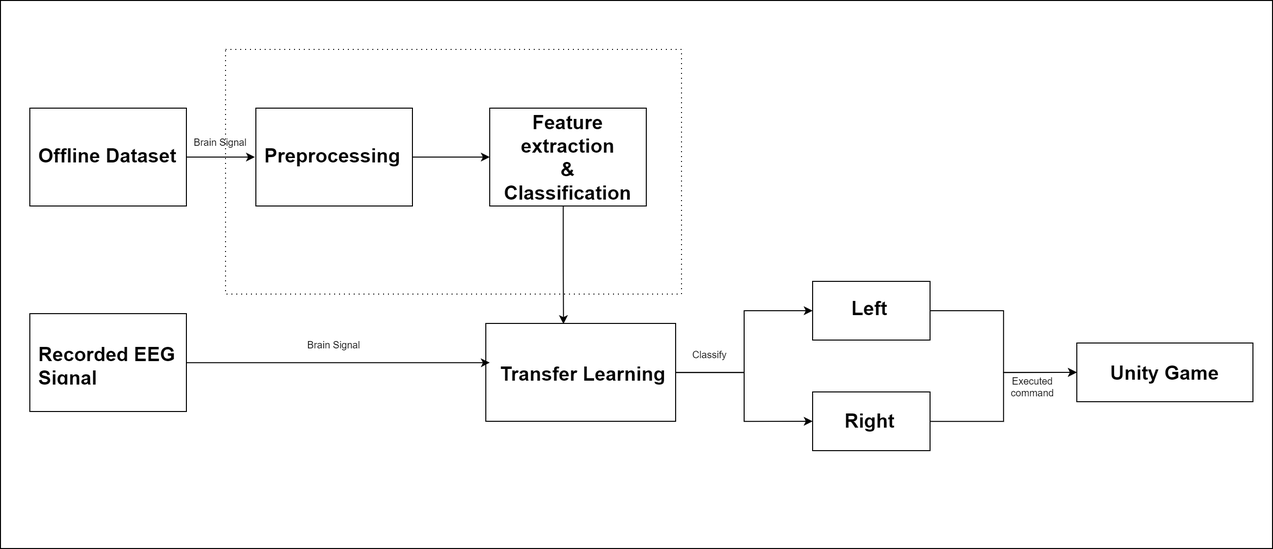
newzaungo3/Motorimagery_for_gamification keeps this draw.io diagram as Latex/system.drawio.png. Above is the earlier version. Source tidied: cells renumbered, new cells last; positions are measured from the earlier drawing's top-left corner, leaving out a move shared by most shapes.
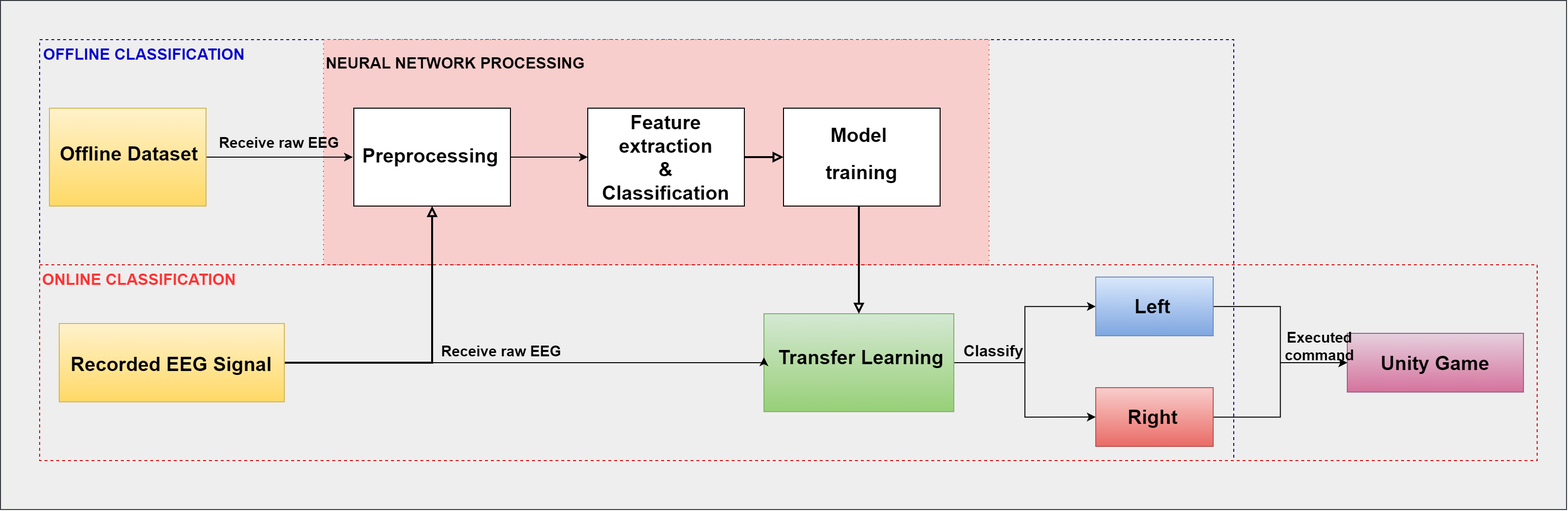
After the commit.

Diff of the diagram source:
```diff
@@ -2,108 +2,135 @@
   <root>
     <mxCell id="0" />
     <mxCell id="1" parent="0" />
-    <mxCell id="2" style="rounded=0;whiteSpace=wrap;html=1;fontSize=10;" parent="1" vertex="1">
-      <mxGeometry width="1300" height="560" as="geometry" />
-    </mxCell>
-    <mxCell id="3" style="rounded=0;whiteSpace=wrap;html=1;fontSize=20;dashed=1;dashPattern=1 4;" parent="1" vertex="1">
-      <mxGeometry x="230" y="50" width="466" height="250" as="geometry" />
-    </mxCell>
-    <mxCell id="4" style="edgeStyle=orthogonalEdgeStyle;rounded=0;jettySize=auto;html=1;fontSize=20;" parent="1" edge="1" source="5">
-      <mxGeometry relative="1" as="geometry">
-        <mxPoint x="260" y="160" as="targetPoint" />
-        <Array as="points">
-          <mxPoint x="190" y="160" />
-          <mxPoint x="190" y="160" />
-        </Array>
-      </mxGeometry>
-    </mxCell>
-    <mxCell id="5" style="rounded=0;whiteSpace=wrap;html=1;" parent="1" vertex="1">
-      <mxGeometry x="30" y="110" width="160" height="100" as="geometry" />
-    </mxCell>
+    <mxCell id="31" style="rounded=0;whiteSpace=wrap;html=1;fontSize=10;fillColor=#eeeeee;strokeColor=#36393d;" parent="1" vertex="1">
+      <mxGeometry x="-400" y="40" width="1600" height="520" as="geometry" />
+    </mxCell>
+    <mxCell id="32" style="rounded=0;whiteSpace=wrap;html=1;fontSize=16;dashed=1;fillColor=none;strokeColor=#000099;" parent="1" vertex="1">
+      <mxGeometry x="-360" y="80" width="1220" height="430" as="geometry" />
+    </mxCell>
+    <mxCell id="33" style="rounded=0;whiteSpace=wrap;html=1;fontSize=20;dashed=1;dashPattern=1 4;fillColor=#f8cecc;strokeColor=#b85450;" parent="1" vertex="1">
+      <mxGeometry x="-70" y="80" width="680" height="230" as="geometry" />
+    </mxCell>
+    <mxCell id="34" style="edgeStyle=orthogonalEdgeStyle;rounded=0;jettySize=auto;html=1;fontSize=20;" parent="1" edge="1" source="35">
+      <mxGeometry relative="1" as="geometry">
+        <mxPoint x="-40" y="200" as="targetPoint" />
+        <Array as="points">
+          <mxPoint x="-110" y="200" />
+          <mxPoint x="-110" y="200" />
+        </Array>
+      </mxGeometry>
+    </mxCell>
+    <mxCell id="35" style="rounded=0;whiteSpace=wrap;html=1;fillColor=#fff2cc;gradientColor=#ffd966;strokeColor=#d6b656;" parent="1" vertex="1">
+      <mxGeometry x="-350" y="150" width="160" height="100" as="geometry" />
+    </mxCell>
     <mxCell id="6" value="&lt;h1 style=&quot;font-size: 20px;&quot;&gt;Offline Dataset&lt;/h1&gt;" style="text;html=1;strokeColor=none;fillColor=none;spacing=5;spacingTop=-20;whiteSpace=wrap;overflow=hidden;rounded=0;fontSize=20;" parent="1" vertex="1">
-      <mxGeometry x="34" y="144" width="160" height="36" as="geometry" />
+      <mxGeometry x="-344" y="182" width="160" height="36" as="geometry" />
     </mxCell>
-    <mxCell id="7" style="edgeStyle=orthogonalEdgeStyle;rounded=0;jettySize=auto;html=1;entryX=0;entryY=0.5;entryDx=0;entryDy=0;fontSize=20;" parent="1" edge="1" source="8" target="12">
-      <mxGeometry relative="1" as="geometry" />
-    </mxCell>
-    <mxCell id="8" style="rounded=0;whiteSpace=wrap;html=1;" parent="1" vertex="1">
-      <mxGeometry x="261" y="110" width="160" height="100" as="geometry" />
-    </mxCell>
+    <mxCell id="36" style="edgeStyle=orthogonalEdgeStyle;rounded=0;jettySize=auto;html=1;entryX=0;entryY=0.5;entryDx=0;entryDy=0;fontSize=20;" parent="1" edge="1" source="37" target="12">
+      <mxGeometry relative="1" as="geometry" />
+    </mxCell>
+    <mxCell id="37" style="rounded=0;whiteSpace=wrap;html=1;" parent="1" vertex="1">
+      <mxGeometry x="-39" y="150" width="160" height="100" as="geometry" />
+    </mxCell>
+    <mxCell id="38" style="rounded=0;whiteSpace=wrap;html=1;fontSize=16;dashed=1;fillColor=none;strokeColor=#D70000;" parent="1" vertex="1">
+      <mxGeometry x="-360" y="310" width="1530" height="200" as="geometry" />
+    </mxCell>
     <mxCell id="9" value="&lt;h1 style=&quot;font-size: 20px&quot;&gt;Preprocessing&lt;/h1&gt;" style="text;html=1;strokeColor=none;fillColor=none;spacing=5;spacingTop=-20;whiteSpace=wrap;overflow=hidden;rounded=0;fontSize=20;" parent="1" vertex="1">
-      <mxGeometry x="265" y="144" width="160" height="36" as="geometry" />
+      <mxGeometry x="-35" y="184" width="160" height="36" as="geometry" />
     </mxCell>
-    <mxCell id="10" style="rounded=0;whiteSpace=wrap;html=1;" parent="1" vertex="1">
-      <mxGeometry x="500" y="110" width="160" height="100" as="geometry" />
-    </mxCell>
-    <mxCell id="11" style="edgeStyle=orthogonalEdgeStyle;rounded=0;jettySize=auto;html=1;entryX=0.409;entryY=0.006;entryDx=0;entryDy=0;fontSize=20;entryPerimeter=0;" parent="1" edge="1" source="12" target="15">
-      <mxGeometry relative="1" as="geometry">
-        <Array as="points">
-          <mxPoint x="575" y="270" />
-          <mxPoint x="575" y="270" />
-        </Array>
-      </mxGeometry>
-    </mxCell>
+    <mxCell id="39" style="rounded=0;whiteSpace=wrap;html=1;" parent="1" vertex="1">
+      <mxGeometry x="200" y="150" width="160" height="100" as="geometry" />
+    </mxCell>
+    <mxCell id="40" style="edgeStyle=orthogonalEdgeStyle;rounded=0;jettySize=auto;html=1;entryX=0;entryY=0.5;entryDx=0;entryDy=0;strokeWidth=2;fontSize=16;fontColor=#000000;endArrow=block;endFill=0;" parent="1" edge="1" source="12" target="55">
+      <mxGeometry relative="1" as="geometry" />
+    </mxCell>
     <mxCell id="12" value="&lt;h1 style=&quot;font-size: 20px&quot;&gt;Feature extraction&lt;br&gt;&amp;amp;&lt;br&gt;&lt;b&gt;Classification&lt;/b&gt;&lt;/h1&gt;" style="text;html=1;strokeColor=none;fillColor=none;spacing=5;spacingTop=-20;whiteSpace=wrap;overflow=hidden;rounded=0;fontSize=20;align=center;" parent="1" vertex="1">
-      <mxGeometry x="500" y="110" width="160" height="100" as="geometry" />
+      <mxGeometry x="200" y="150" width="160" height="100" as="geometry" />
     </mxCell>
-    <mxCell id="13" style="edgeStyle=orthogonalEdgeStyle;rounded=0;jettySize=auto;html=1;fontSize=20;" parent="1" edge="1" source="15" target="21">
-      <mxGeometry relative="1" as="geometry" />
-    </mxCell>
-    <mxCell id="14" style="edgeStyle=orthogonalEdgeStyle;rounded=0;jettySize=auto;html=1;entryX=0;entryY=0.5;entryDx=0;entryDy=0;fontSize=20;" parent="1" edge="1" source="15" target="23">
-      <mxGeometry relative="1" as="geometry" />
-    </mxCell>
-    <mxCell id="15" style="rounded=0;whiteSpace=wrap;html=1;" parent="1" vertex="1">
-      <mxGeometry x="496" y="330" width="194" height="100" as="geometry" />
-    </mxCell>
+    <mxCell id="41" style="edgeStyle=orthogonalEdgeStyle;rounded=0;jettySize=auto;html=1;fontSize=20;" parent="1" edge="1" source="43" target="48">
+      <mxGeometry relative="1" as="geometry" />
+    </mxCell>
+    <mxCell id="42" style="edgeStyle=orthogonalEdgeStyle;rounded=0;jettySize=auto;html=1;entryX=0;entryY=0.5;entryDx=0;entryDy=0;fontSize=20;" parent="1" edge="1" source="43" target="50">
+      <mxGeometry relative="1" as="geometry" />
+    </mxCell>
+    <mxCell id="43" style="rounded=0;whiteSpace=wrap;html=1;fillColor=#d5e8d4;strokeColor=#82b366;gradientColor=#97d077;" parent="1" vertex="1">
+      <mxGeometry x="380" y="360" width="194" height="100" as="geometry" />
+    </mxCell>
     <mxCell id="16" value="&lt;h1 style=&quot;font-size: 20px&quot;&gt;Transfer Learning&lt;/h1&gt;" style="text;html=1;strokeColor=none;fillColor=none;spacing=5;spacingTop=-20;whiteSpace=wrap;overflow=hidden;rounded=0;fontSize=20;" parent="1" vertex="1">
-      <mxGeometry x="506" y="367" width="190" height="53" as="geometry" />
+      <mxGeometry x="390" y="390" width="190" height="53" as="geometry" />
     </mxCell>
-    <mxCell id="17" style="edgeStyle=orthogonalEdgeStyle;rounded=0;jettySize=auto;html=1;fontSize=20;" parent="1" edge="1" source="18">
-      <mxGeometry relative="1" as="geometry">
-        <mxPoint x="500" y="370" as="targetPoint" />
-        <Array as="points">
-          <mxPoint x="497" y="370" />
-        </Array>
-      </mxGeometry>
-    </mxCell>
-    <mxCell id="18" style="rounded=0;whiteSpace=wrap;html=1;" parent="1" vertex="1">
-      <mxGeometry x="30" y="320" width="160" height="100" as="geometry" />
-    </mxCell>
+    <mxCell id="44" style="edgeStyle=orthogonalEdgeStyle;rounded=0;jettySize=auto;html=1;fontSize=20;entryX=0;entryY=0.445;entryDx=0;entryDy=0;entryPerimeter=0;" parent="1" edge="1" source="46" target="43">
+      <mxGeometry relative="1" as="geometry">
+        <Array as="points">
+          <mxPoint x="360" y="410" />
+          <mxPoint x="360" y="410" />
+        </Array>
+      </mxGeometry>
+    </mxCell>
+    <mxCell id="45" style="edgeStyle=orthogonalEdgeStyle;rounded=0;jettySize=auto;html=1;entryX=0.5;entryY=1;entryDx=0;entryDy=0;strokeWidth=2;fontSize=16;fontColor=#000000;endArrow=block;endFill=0;" parent="1" edge="1" source="46" target="37">
+      <mxGeometry relative="1" as="geometry" />
+    </mxCell>
+    <mxCell id="46" style="rounded=0;whiteSpace=wrap;html=1;fillColor=#fff2cc;gradientColor=#ffd966;strokeColor=#d6b656;" parent="1" vertex="1">
+      <mxGeometry x="-340" y="370" width="230" height="80" as="geometry" />
+    </mxCell>
-    <mxCell id="19" value="&lt;h1 style=&quot;font-size: 20px&quot;&gt;Recorded EEG&lt;br&gt;Signal&lt;/h1&gt;" style="text;html=1;strokeColor=none;fillColor=none;spacing=5;spacingTop=-20;whiteSpace=wrap;overflow=hidden;rounded=0;fontSize=20;" parent="1" vertex="1">
-      <mxGeometry x="34" y="347" width="160" height="46" as="geometry" />
+    <mxCell id="19" value="&lt;h1 style=&quot;font-size: 20px&quot;&gt;Recorded EEG Signal&lt;/h1&gt;" style="text;html=1;strokeColor=none;fillColor=none;spacing=5;spacingTop=-20;whiteSpace=wrap;overflow=hidden;rounded=0;fontSize=20;" parent="1" vertex="1">
+      <mxGeometry x="-333" y="397" width="216" height="46" as="geometry" />
     </mxCell>
-    <mxCell id="20" style="edgeStyle=orthogonalEdgeStyle;rounded=0;jettySize=auto;html=1;entryX=0;entryY=0.5;entryDx=0;entryDy=0;fontSize=20;" parent="1" edge="1" source="21" target="26">
-      <mxGeometry relative="1" as="geometry" />
-    </mxCell>
-    <mxCell id="21" style="rounded=0;whiteSpace=wrap;html=1;fontSize=20;" parent="1" vertex="1">
-      <mxGeometry x="830" y="287" width="120" height="60" as="geometry" />
-    </mxCell>
-    <mxCell id="22" style="edgeStyle=orthogonalEdgeStyle;rounded=0;jettySize=auto;html=1;entryX=0;entryY=0.5;entryDx=0;entryDy=0;fontSize=20;" parent="1" edge="1" source="23" target="26">
-      <mxGeometry relative="1" as="geometry" />
-    </mxCell>
-    <mxCell id="23" style="rounded=0;whiteSpace=wrap;html=1;fontSize=20;" parent="1" vertex="1">
-      <mxGeometry x="830" y="400" width="120" height="60" as="geometry" />
-    </mxCell>
+    <mxCell id="47" style="edgeStyle=orthogonalEdgeStyle;rounded=0;jettySize=auto;html=1;entryX=0;entryY=0.5;entryDx=0;entryDy=0;fontSize=20;" parent="1" edge="1" source="48" target="26">
+      <mxGeometry relative="1" as="geometry" />
+    </mxCell>
+    <mxCell id="48" style="rounded=0;whiteSpace=wrap;html=1;fontSize=20;fillColor=#dae8fc;gradientColor=#7ea6e0;strokeColor=#6c8ebf;" parent="1" vertex="1">
+      <mxGeometry x="719" y="322.5" width="120" height="60" as="geometry" />
+    </mxCell>
+    <mxCell id="49" style="edgeStyle=orthogonalEdgeStyle;rounded=0;jettySize=auto;html=1;entryX=0;entryY=0.5;entryDx=0;entryDy=0;fontSize=20;" parent="1" edge="1" source="50" target="26">
+      <mxGeometry relative="1" as="geometry" />
+    </mxCell>
+    <mxCell id="50" style="rounded=0;whiteSpace=wrap;html=1;fontSize=20;fillColor=#f8cecc;gradientColor=#ea6b66;strokeColor=#b85450;" parent="1" vertex="1">
+      <mxGeometry x="719" y="435.5" width="120" height="60" as="geometry" />
+    </mxCell>
     <mxCell id="24" value="&lt;h1 style=&quot;font-size: 20px&quot;&gt;Left&lt;/h1&gt;" style="text;html=1;strokeColor=none;fillColor=none;spacing=5;spacingTop=-20;whiteSpace=wrap;overflow=hidden;rounded=0;fontSize=20;" parent="1" vertex="1">
-      <mxGeometry x="865" y="300" width="50" height="30" as="geometry" />
+      <mxGeometry x="754" y="337.5" width="50" height="30" as="geometry" />
     </mxCell>
     <mxCell id="25" value="&lt;h1 style=&quot;font-size: 20px&quot;&gt;Right&lt;/h1&gt;" style="text;html=1;strokeColor=none;fillColor=none;spacing=5;spacingTop=-20;whiteSpace=wrap;overflow=hidden;rounded=0;fontSize=20;" parent="1" vertex="1">
-      <mxGeometry x="857.5" y="415" width="65" height="30" as="geometry" />
+      <mxGeometry x="746.5" y="450.5" width="65" height="30" as="geometry" />
     </mxCell>
-    <mxCell id="26" value="&lt;b&gt;Unity Game&lt;/b&gt;" style="rounded=0;whiteSpace=wrap;html=1;fontSize=20;" parent="1" vertex="1">
-      <mxGeometry x="1100" y="350" width="180" height="60" as="geometry" />
+    <mxCell id="26" value="&lt;b&gt;Unity Game&lt;/b&gt;" style="rounded=0;whiteSpace=wrap;html=1;fontSize=20;fillColor=#e6d0de;gradientColor=#d5739d;strokeColor=#996185;" parent="1" vertex="1">
+      <mxGeometry x="976" y="380" width="180" height="60" as="geometry" />
     </mxCell>
-    <mxCell id="27" value="Executed command" style="text;html=1;strokeColor=none;fillColor=none;align=center;verticalAlign=middle;whiteSpace=wrap;rounded=0;fontSize=10;" parent="1" vertex="1">
-      <mxGeometry x="1020" y="380" width="70" height="30" as="geometry" />
+    <mxCell id="27" value="Executed command" style="text;html=1;strokeColor=none;fillColor=none;align=center;verticalAlign=middle;whiteSpace=wrap;rounded=0;fontSize=15;fontStyle=1;" parent="1" vertex="1">
+      <mxGeometry x="913" y="378" width="70" height="30" as="geometry" />
     </mxCell>
-    <mxCell id="28" value="Classify" style="text;html=1;strokeColor=none;fillColor=none;align=center;verticalAlign=middle;whiteSpace=wrap;rounded=0;fontSize=10;" parent="1" vertex="1">
-      <mxGeometry x="690" y="347" width="70" height="30" as="geometry" />
+    <mxCell id="28" value="&lt;b&gt;&lt;font style=&quot;font-size: 16px;&quot;&gt;Classify&lt;/font&gt;&lt;/b&gt;" style="text;html=1;strokeColor=none;fillColor=none;align=center;verticalAlign=middle;whiteSpace=wrap;rounded=0;fontSize=10;" parent="1" vertex="1">
+      <mxGeometry x="580" y="382.5" width="70" height="30" as="geometry" />
     </mxCell>
-    <mxCell id="29" value="Brain Signal" style="text;html=1;strokeColor=none;fillColor=none;align=center;verticalAlign=middle;whiteSpace=wrap;rounded=0;fontSize=10;" parent="1" vertex="1">
-      <mxGeometry x="306" y="337" width="70" height="30" as="geometry" />
-    </mxCell>
-    <mxCell id="30" value="Brain Signal" style="text;html=1;strokeColor=none;fillColor=none;align=center;verticalAlign=middle;whiteSpace=wrap;rounded=0;fontSize=10;" parent="1" vertex="1">
-      <mxGeometry x="190" y="130" width="70" height="30" as="geometry" />
-    </mxCell>
+    <mxCell id="51" value="Receive raw EEG" style="text;html=1;strokeColor=none;fillColor=none;align=center;verticalAlign=middle;whiteSpace=wrap;rounded=0;fontSize=15;fontStyle=1;" parent="1" vertex="1">
+      <mxGeometry x="-10" y="382.5" width="244" height="30" as="geometry" />
+    </mxCell>
+    <mxCell id="52" value="Receive raw EEG" style="text;html=1;strokeColor=none;fillColor=none;align=center;verticalAlign=middle;whiteSpace=wrap;rounded=0;fontSize=15;fontStyle=1;" parent="1" vertex="1">
+      <mxGeometry x="-180" y="170" width="130" height="30" as="geometry" />
+    </mxCell>
+    <mxCell id="53" style="edgeStyle=orthogonalEdgeStyle;rounded=0;jettySize=auto;html=1;entryX=0.5;entryY=0;entryDx=0;entryDy=0;strokeWidth=2;fontSize=16;fontColor=#000000;endArrow=block;endFill=0;" parent="1" edge="1" source="54" target="43">
+      <mxGeometry relative="1" as="geometry">
+        <Array as="points">
+          <mxPoint x="500" y="250" />
+          <mxPoint x="500" y="250" />
+        </Array>
+      </mxGeometry>
+    </mxCell>
+    <mxCell id="54" style="rounded=0;whiteSpace=wrap;html=1;" parent="1" vertex="1">
+      <mxGeometry x="400" y="150" width="160" height="100" as="geometry" />
+    </mxCell>
+    <mxCell id="55" value="&lt;h1 style=&quot;font-size: 20px&quot;&gt;Model&amp;nbsp;&lt;/h1&gt;&lt;h1 style=&quot;font-size: 20px&quot;&gt;training&lt;/h1&gt;" style="text;html=1;strokeColor=none;fillColor=none;spacing=5;spacingTop=-20;whiteSpace=wrap;overflow=hidden;rounded=0;fontSize=20;align=center;" parent="1" vertex="1">
+      <mxGeometry x="400" y="163" width="160" height="74" as="geometry" />
+    </mxCell>
+    <mxCell id="56" value="OFFLINE CLASSIFICATION" style="text;html=1;strokeColor=none;fillColor=none;align=center;verticalAlign=middle;whiteSpace=wrap;rounded=0;dashed=1;fontSize=16;fontColor=#0000CC;fontStyle=1;" parent="1" vertex="1">
+      <mxGeometry x="-358" y="80" width="210" height="30" as="geometry" />
+    </mxCell>
+    <mxCell id="57" value="ONLINE CLASSIFICATION" style="text;html=1;strokeColor=none;fillColor=none;align=center;verticalAlign=middle;whiteSpace=wrap;rounded=0;dashed=1;fontSize=16;fontColor=#FF3333;fontStyle=1;" parent="1" vertex="1">
+      <mxGeometry x="-363" y="310" width="210" height="30" as="geometry" />
+    </mxCell>
+    <mxCell id="58" value="NEURAL NETWORK PROCESSING" style="text;html=1;strokeColor=none;fillColor=none;align=center;verticalAlign=middle;whiteSpace=wrap;rounded=0;dashed=1;fontSize=16;fontColor=#000000;fontStyle=1;" parent="1" vertex="1">
+      <mxGeometry x="-90" y="84" width="310" height="40" as="geometry" />
+    </mxCell>
   </root>
 </mxGraphModel>
```
